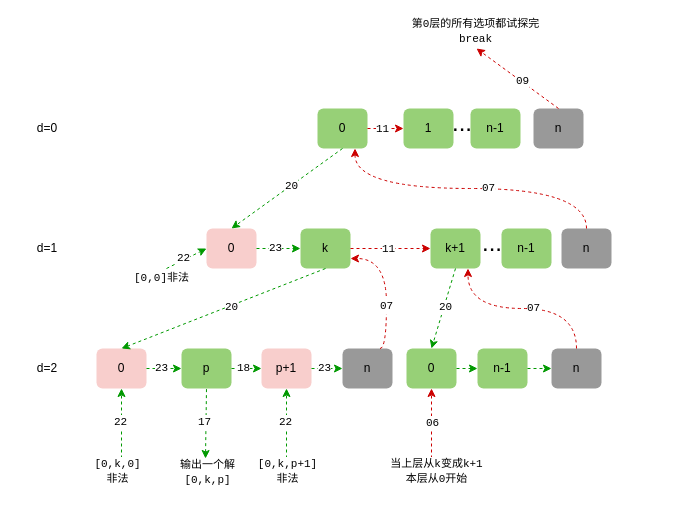
Earlier version of the draw.io diagram algorithm.drawio (yuanguohuo/diagrams). Source tidied: cells renumbered, new cells numbered last; positions are measured from the earlier drawing's top-left corner, leaving out a move shared by most shapes. Both pictures are drawn from the tidied source at 100%, with x=0, y=0 at pixel (17, 30).
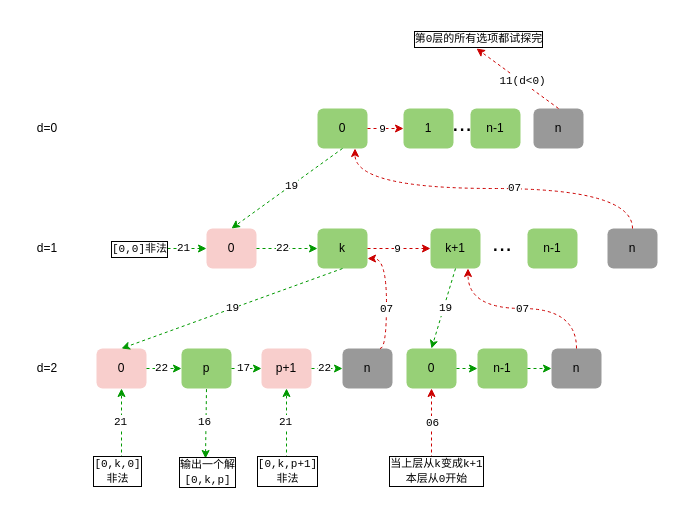
The same diagram, later.

The change refers to these unchanged cells:
```xml
<mxCell id="12" value="0" style="rounded=1;whiteSpace=wrap;html=1;fillColor=#f8cecc;strokeColor=none;" parent="1" vertex="1">
  <mxGeometry x="189" y="198" width="50" height="40" as="geometry" />
</mxCell>
<mxCell id="19" style="endArrow=classic;dashed=1;html=1;rounded=0;exitX=0.75;exitY=0;exitDx=0;exitDy=0;endFill=1;entryX=1;entryY=0.75;entryDx=0;entryDy=0;strokeColor=#CC0000;edgeStyle=orthogonalEdgeStyle;curved=1;" parent="1" edge="1" source="14" target="11">
  <mxGeometry relative="1" as="geometry">
    <Array as="points">
      <mxPoint x="369" y="318" />
      <mxPoint x="369" y="228" />
    </Array>
  </mxGeometry>
</mxCell>
<mxCell id="21" style="endArrow=classic;dashed=1;html=1;rounded=0;exitX=1;exitY=0.5;exitDx=0;exitDy=0;endFill=1;entryX=0;entryY=0.5;entryDx=0;entryDy=0;strokeColor=#CC0000;" parent="1" edge="1" source="11" target="10">
  <mxGeometry relative="1" as="geometry" />
</mxCell>
<mxCell id="23" style="endArrow=classic;dashed=1;html=1;rounded=0;entryX=0.5;entryY=1;entryDx=0;entryDy=0;endFill=1;strokeColor=#CC0000;" parent="1" edge="1" target="18">
  <mxGeometry relative="1" as="geometry">
    <mxPoint x="414" y="428" as="sourcePoint" />
  </mxGeometry>
</mxCell>
<mxCell id="26" style="endArrow=classic;dashed=1;html=1;rounded=0;exitX=0.5;exitY=0;exitDx=0;exitDy=0;endFill=1;strokeColor=#CC0000;" parent="1" edge="1" source="5">
  <mxGeometry relative="1" as="geometry">
    <mxPoint x="459" y="18" as="targetPoint" />
  </mxGeometry>
</mxCell>
<mxCell id="30" style="endArrow=none;dashed=1;html=1;rounded=0;entryX=0.5;entryY=1;entryDx=0;entryDy=0;endFill=1;strokeColor=#009900;startArrow=classic;startFill=1;" parent="1" edge="1" target="29">
  <mxGeometry relative="1" as="geometry">
    <mxPoint x="188" y="428" as="sourcePoint" />
  </mxGeometry>
</mxCell>
<mxCell id="33" style="endArrow=classic;dashed=1;html=1;rounded=0;exitX=1;exitY=0.5;exitDx=0;exitDy=0;endFill=1;entryX=0;entryY=0.5;entryDx=0;entryDy=0;strokeColor=#009900;" parent="1" edge="1" source="29" target="13">
  <mxGeometry relative="1" as="geometry" />
</mxCell>
<mxCell id="35" style="endArrow=classic;dashed=1;html=1;rounded=0;exitX=1;exitY=0.5;exitDx=0;exitDy=0;endFill=1;strokeColor=#009900;" parent="1" edge="1" source="15" target="29">
  <mxGeometry relative="1" as="geometry" />
</mxCell>
<mxCell id="37" style="endArrow=classic;dashed=1;html=1;rounded=0;entryX=0.5;entryY=1;entryDx=0;entryDy=0;endFill=1;strokeColor=#009900;startArrow=none;startFill=0;" parent="1" edge="1" target="15">
  <mxGeometry relative="1" as="geometry">
    <mxPoint x="104" y="428" as="sourcePoint" />
  </mxGeometry>
</mxCell>
<mxCell id="43" style="endArrow=classic;dashed=1;html=1;rounded=0;exitX=1;exitY=0.5;exitDx=0;exitDy=0;endFill=1;strokeColor=#009900;entryX=0;entryY=0.5;entryDx=0;entryDy=0;" parent="1" edge="1" source="12" target="11">
  <mxGeometry relative="1" as="geometry" />
</mxCell>
<mxCell id="45" style="endArrow=classic;dashed=1;html=1;rounded=0;exitX=0.5;exitY=1;exitDx=0;exitDy=0;endFill=1;entryX=0.5;entryY=0;entryDx=0;entryDy=0;strokeColor=#009900;" parent="1" edge="1" source="2" target="12">
  <mxGeometry relative="1" as="geometry" />
</mxCell>
<mxCell id="47" style="endArrow=classic;dashed=1;html=1;rounded=0;exitX=0.5;exitY=1;exitDx=0;exitDy=0;endFill=1;entryX=0.5;entryY=0;entryDx=0;entryDy=0;strokeColor=#009900;" parent="1" edge="1" source="11" target="15">
  <mxGeometry relative="1" as="geometry" />
</mxCell>
<mxCell id="49" style="endArrow=classic;dashed=1;html=1;rounded=0;exitX=1;exitY=0.5;exitDx=0;exitDy=0;endFill=1;entryX=0;entryY=0.5;entryDx=0;entryDy=0;strokeColor=#009900;" parent="1" edge="1" source="13" target="14">
  <mxGeometry relative="1" as="geometry" />
</mxCell>
<mxCell id="51" style="endArrow=classic;dashed=1;html=1;rounded=0;entryX=0.5;entryY=1;entryDx=0;entryDy=0;endFill=1;strokeColor=#009900;startArrow=none;startFill=0;" parent="1" edge="1" target="13">
  <mxGeometry relative="1" as="geometry">
    <mxPoint x="269" y="428" as="sourcePoint" />
  </mxGeometry>
</mxCell>
<mxCell id="54" style="endArrow=classic;dashed=1;html=1;rounded=0;exitX=0.5;exitY=1;exitDx=0;exitDy=0;endFill=1;entryX=0.5;entryY=0;entryDx=0;entryDy=0;strokeColor=#009900;" parent="1" edge="1" source="10" target="18">
  <mxGeometry relative="1" as="geometry" />
</mxCell>
<mxCell id="58" style="endArrow=classic;dashed=1;html=1;rounded=0;exitX=0.5;exitY=0;exitDx=0;exitDy=0;endFill=1;entryX=0.75;entryY=1;entryDx=0;entryDy=0;strokeColor=#CC0000;edgeStyle=orthogonalEdgeStyle;curved=1;" parent="1" edge="1" source="17" target="10">
  <mxGeometry relative="1" as="geometry" />
</mxCell>
<mxCell id="60" style="endArrow=classic;dashed=1;html=1;rounded=0;exitX=1;exitY=0.5;exitDx=0;exitDy=0;endFill=1;entryX=0;entryY=0.5;entryDx=0;entryDy=0;strokeColor=#CC0000;" parent="1" edge="1" source="2" target="3">
  <mxGeometry relative="1" as="geometry" />
</mxCell>
```

What changed in the source:
```diff
@@
     <mxCell id="7" value="n-1" style="rounded=1;whiteSpace=wrap;html=1;fillColor=#97D077;strokeColor=none;" parent="1" vertex="1">
-      <mxGeometry x="484" y="198" width="50" height="40" as="geometry" />
+      <mxGeometry x="510" y="198" width="50" height="40" as="geometry" />
     </mxCell>
     <mxCell id="8" value="n" style="rounded=1;whiteSpace=wrap;html=1;fillColor=#999999;strokeColor=none;" parent="1" vertex="1">
-      <mxGeometry x="544" y="198" width="50" height="40" as="geometry" />
+      <mxGeometry x="590" y="198" width="50" height="40" as="geometry" />
     </mxCell>
     <mxCell id="9" value="&lt;font style=&quot;font-size: 24px;&quot;&gt;...&lt;/font&gt;" style="text;html=1;align=center;verticalAlign=middle;whiteSpace=wrap;rounded=0;" parent="1" vertex="1">
-      <mxGeometry x="455" y="198" width="40" height="30" as="geometry" />
+      <mxGeometry x="465" y="198" width="40" height="30" as="geometry" />
     </mxCell>
@@
     <mxCell id="11" value="k" style="rounded=1;whiteSpace=wrap;html=1;fillColor=#97D077;strokeColor=none;" parent="1" vertex="1">
-      <mxGeometry x="283" y="198" width="50" height="40" as="geometry" />
+      <mxGeometry x="300" y="198" width="50" height="40" as="geometry" />
     </mxCell>
@@
     <mxCell id="20" value="&lt;font face=&quot;Courier New&quot;&gt;07&lt;/font&gt;" style="edgeLabel;html=1;align=center;verticalAlign=middle;" parent="19" vertex="1">
       <mxGeometry x="-0.11" y="1" relative="1" as="geometry">
-        <mxPoint y="10" as="offset" />
+        <mxPoint y="5" as="offset" />
       </mxGeometry>
     </mxCell>
@@
-    <mxCell id="22" value="&lt;font face=&quot;Courier New&quot;&gt;11&lt;/font&gt;" style="edgeLabel;html=1;align=center;verticalAlign=middle;" parent="21" vertex="1">
+    <mxCell id="22" value="&lt;font face=&quot;Courier New&quot;&gt;9&lt;/font&gt;" style="edgeLabel;html=1;align=center;verticalAlign=middle;" parent="21" vertex="1">
       <mxGeometry x="-0.11" y="1" relative="1" as="geometry">
         <mxPoint x="1" y="1" as="offset" />
       </mxGeometry>
     </mxCell>
@@
-    <mxCell id="24" value="&lt;font face=&quot;Courier New&quot;&gt;当上层从k变成k+1&lt;/font&gt;&lt;div&gt;&lt;font face=&quot;Courier New&quot;&gt;本层从0开始&lt;/font&gt;&lt;/div&gt;" style="edgeLabel;html=1;align=center;verticalAlign=middle;labelBackgroundColor=default;" parent="23" vertex="1">
+    <mxCell id="24" value="&lt;font face=&quot;Courier New&quot;&gt;当上层从k变成k+1&lt;/font&gt;&lt;div&gt;&lt;font face=&quot;Courier New&quot;&gt;本层从0开始&lt;/font&gt;&lt;/div&gt;" style="edgeLabel;html=1;align=center;verticalAlign=middle;labelBackgroundColor=default;labelBorderColor=default;" parent="23" vertex="1">
       <mxGeometry x="-0.35" y="-1" relative="1" as="geometry">
         <mxPoint x="3" y="35" as="offset" />
       </mxGeometry>
     </mxCell>
@@
-    <mxCell id="27" value="&lt;font face=&quot;Courier New&quot;&gt;09&lt;/font&gt;" style="edgeLabel;html=1;align=center;verticalAlign=middle;" parent="26" vertex="1">
+    <mxCell id="27" value="&lt;font face=&quot;Courier New&quot;&gt;11(d&amp;lt;0)&lt;/font&gt;" style="edgeLabel;html=1;align=center;verticalAlign=middle;" parent="26" vertex="1">
       <mxGeometry x="-0.02" y="-1" relative="1" as="geometry">
         <mxPoint x="3" y="3" as="offset" />
       </mxGeometry>
     </mxCell>
-    <mxCell id="28" value="&lt;font face=&quot;Courier New&quot;&gt;第0层的所有选项都试探完&lt;/font&gt;&lt;div&gt;&lt;font face=&quot;Courier New&quot;&gt;break&lt;/font&gt;&lt;/div&gt;" style="edgeLabel;html=1;align=center;verticalAlign=middle;labelBackgroundColor=default;" parent="1" vertex="1">
-      <mxGeometry x="457" as="geometry" />
+    <mxCell id="28" value="&lt;font face=&quot;Courier New&quot;&gt;第0层的所有选项都试探完&lt;/font&gt;" style="edgeLabel;html=1;align=center;verticalAlign=middle;labelBackgroundColor=default;labelBorderColor=default;" parent="1" vertex="1">
+      <mxGeometry x="460" y="8" as="geometry" />
     </mxCell>
@@
-    <mxCell id="31" value="&lt;font face=&quot;Courier New&quot;&gt;输出一个解&lt;/font&gt;&lt;div&gt;&lt;font face=&quot;Courier New&quot;&gt;[0,k,p]&lt;/font&gt;&lt;/div&gt;" style="edgeLabel;html=1;align=center;verticalAlign=middle;labelBackgroundColor=default;" parent="30" vertex="1">
+    <mxCell id="31" value="&lt;font face=&quot;Courier New&quot;&gt;输出一个解&lt;/font&gt;&lt;div&gt;&lt;font face=&quot;Courier New&quot;&gt;[0,k,p]&lt;/font&gt;&lt;/div&gt;" style="edgeLabel;html=1;align=center;verticalAlign=middle;labelBackgroundColor=default;labelBorderColor=default;" parent="30" vertex="1">
       <mxGeometry x="-0.35" y="-1" relative="1" as="geometry">
         <mxPoint y="36" as="offset" />
       </mxGeometry>
     </mxCell>
-    <mxCell id="32" value="&lt;font face=&quot;Courier New&quot;&gt;17&lt;/font&gt;" style="edgeLabel;html=1;align=center;verticalAlign=middle;" parent="30" vertex="1">
+    <mxCell id="32" value="&lt;font face=&quot;Courier New&quot;&gt;16&lt;/font&gt;" style="edgeLabel;html=1;align=center;verticalAlign=middle;" parent="30" vertex="1">
       <mxGeometry x="-0.08" y="-2" relative="1" as="geometry">
         <mxPoint x="-4" y="-5" as="offset" />
       </mxGeometry>
     </mxCell>
@@
-    <mxCell id="34" value="&lt;font face=&quot;Courier New&quot;&gt;18&lt;/font&gt;" style="edgeLabel;html=1;align=center;verticalAlign=middle;" parent="33" vertex="1">
+    <mxCell id="34" value="&lt;font face=&quot;Courier New&quot;&gt;17&lt;/font&gt;" style="edgeLabel;html=1;align=center;verticalAlign=middle;" parent="33" vertex="1">
       <mxGeometry x="-0.11" y="1" relative="1" as="geometry">
         <mxPoint x="-2" as="offset" />
       </mxGeometry>
     </mxCell>
@@
-    <mxCell id="36" value="&lt;font face=&quot;Courier New&quot;&gt;23&lt;/font&gt;" style="edgeLabel;html=1;align=center;verticalAlign=middle;" parent="35" vertex="1">
+    <mxCell id="36" value="&lt;font face=&quot;Courier New&quot;&gt;22&lt;/font&gt;" style="edgeLabel;html=1;align=center;verticalAlign=middle;" parent="35" vertex="1">
       <mxGeometry x="-0.11" y="1" relative="1" as="geometry">
         <mxPoint x="-2" as="offset" />
       </mxGeometry>
     </mxCell>
@@
-    <mxCell id="38" value="&lt;font face=&quot;Courier New&quot;&gt;[0,k,0]&lt;/font&gt;&lt;div&gt;&lt;font face=&quot;Courier New&quot;&gt;非法&lt;/font&gt;&lt;/div&gt;" style="edgeLabel;html=1;align=center;verticalAlign=middle;labelBackgroundColor=default;" parent="37" vertex="1">
+    <mxCell id="38" value="&lt;font face=&quot;Courier New&quot;&gt;[0,k,0]&lt;/font&gt;&lt;div&gt;&lt;font face=&quot;Courier New&quot;&gt;非法&lt;/font&gt;&lt;/div&gt;" style="edgeLabel;html=1;align=center;verticalAlign=middle;labelBackgroundColor=default;labelBorderColor=default;" parent="37" vertex="1">
       <mxGeometry x="-0.35" y="-1" relative="1" as="geometry">
         <mxPoint x="-6" y="35" as="offset" />
       </mxGeometry>
     </mxCell>
-    <mxCell id="39" value="&lt;font face=&quot;Courier New&quot;&gt;22&lt;/font&gt;" style="edgeLabel;html=1;align=center;verticalAlign=middle;" parent="37" vertex="1">
+    <mxCell id="39" value="&lt;font face=&quot;Courier New&quot;&gt;21&lt;/font&gt;" style="edgeLabel;html=1;align=center;verticalAlign=middle;" parent="37" vertex="1">
       <mxGeometry x="-0.08" y="-2" relative="1" as="geometry">
         <mxPoint x="-4" y="-5" as="offset" />
       </mxGeometry>
     </mxCell>
     <mxCell id="40" style="endArrow=classic;dashed=1;html=1;rounded=0;entryX=0;entryY=0.5;entryDx=0;entryDy=0;endFill=1;strokeColor=#009900;startArrow=none;startFill=0;" parent="1" edge="1" target="12">
       <mxGeometry relative="1" as="geometry">
-        <mxPoint x="149" y="238" as="sourcePoint" />
+        <mxPoint x="150" y="218" as="sourcePoint" />
       </mxGeometry>
     </mxCell>
-    <mxCell id="41" value="&lt;font face=&quot;Courier New&quot;&gt;[0,0]非法&lt;/font&gt;" style="edgeLabel;html=1;align=center;verticalAlign=middle;labelBackgroundColor=default;" parent="40" vertex="1">
+    <mxCell id="41" value="&lt;font face=&quot;Courier New&quot;&gt;[0,0]非法&lt;/font&gt;" style="edgeLabel;html=1;align=center;verticalAlign=middle;labelBackgroundColor=none;labelBorderColor=default;" parent="40" vertex="1">
       <mxGeometry x="-0.35" y="-1" relative="1" as="geometry">
-        <mxPoint x="-19" y="15" as="offset" />
+        <mxPoint x="-42" y="-1" as="offset" />
       </mxGeometry>
     </mxCell>
-    <mxCell id="42" value="&lt;font face=&quot;Courier New&quot;&gt;22&lt;/font&gt;" style="edgeLabel;html=1;align=center;verticalAlign=middle;" parent="40" vertex="1">
+    <mxCell id="42" value="&lt;font face=&quot;Courier New&quot;&gt;21&lt;/font&gt;" style="edgeLabel;html=1;align=center;verticalAlign=middle;" parent="40" vertex="1">
       <mxGeometry x="-0.08" y="-2" relative="1" as="geometry">
         <mxPoint x="-3" y="-3" as="offset" />
       </mxGeometry>
     </mxCell>
@@
-    <mxCell id="44" value="&lt;font face=&quot;Courier New&quot;&gt;23&lt;/font&gt;" style="edgeLabel;html=1;align=center;verticalAlign=middle;" parent="43" vertex="1">
+    <mxCell id="44" value="&lt;font face=&quot;Courier New&quot;&gt;22&lt;/font&gt;" style="edgeLabel;html=1;align=center;verticalAlign=middle;" parent="43" vertex="1">
       <mxGeometry x="-0.11" y="1" relative="1" as="geometry">
         <mxPoint x="-2" as="offset" />
       </mxGeometry>
     </mxCell>
@@
-    <mxCell id="46" value="&lt;font face=&quot;Courier New&quot;&gt;20&lt;/font&gt;" style="edgeLabel;html=1;align=center;verticalAlign=middle;" parent="45" vertex="1">
+    <mxCell id="46" value="&lt;font face=&quot;Courier New&quot;&gt;19&lt;/font&gt;" style="edgeLabel;html=1;align=center;verticalAlign=middle;" parent="45" vertex="1">
       <mxGeometry x="-0.11" y="1" relative="1" as="geometry">
         <mxPoint x="-3" y="1" as="offset" />
       </mxGeometry>
     </mxCell>
@@
-    <mxCell id="48" value="&lt;font face=&quot;Courier New&quot;&gt;20&lt;/font&gt;" style="edgeLabel;html=1;align=center;verticalAlign=middle;" parent="47" vertex="1">
+    <mxCell id="48" value="&lt;font face=&quot;Courier New&quot;&gt;19&lt;/font&gt;" style="edgeLabel;html=1;align=center;verticalAlign=middle;" parent="47" vertex="1">
       <mxGeometry x="-0.11" y="1" relative="1" as="geometry">
-        <mxPoint x="-4" y="2" as="offset" />
+        <mxPoint x="-12" y="3" as="offset" />
       </mxGeometry>
     </mxCell>
@@
-    <mxCell id="50" value="&lt;font face=&quot;Courier New&quot;&gt;23&lt;/font&gt;" style="edgeLabel;html=1;align=center;verticalAlign=middle;" parent="49" vertex="1">
+    <mxCell id="50" value="&lt;font face=&quot;Courier New&quot;&gt;22&lt;/font&gt;" style="edgeLabel;html=1;align=center;verticalAlign=middle;" parent="49" vertex="1">
       <mxGeometry x="-0.11" y="1" relative="1" as="geometry">
         <mxPoint x="-2" as="offset" />
       </mxGeometry>
     </mxCell>
@@
-    <mxCell id="52" value="&lt;font face=&quot;Courier New&quot;&gt;[0,k,p+1]&lt;/font&gt;&lt;div&gt;&lt;font face=&quot;Courier New&quot;&gt;非法&lt;/font&gt;&lt;/div&gt;" style="edgeLabel;html=1;align=center;verticalAlign=middle;labelBackgroundColor=default;" parent="51" vertex="1">
+    <mxCell id="52" value="&lt;font face=&quot;Courier New&quot;&gt;[0,k,p+1]&lt;/font&gt;&lt;div&gt;&lt;font face=&quot;Courier New&quot;&gt;非法&lt;/font&gt;&lt;/div&gt;" style="edgeLabel;html=1;align=center;verticalAlign=middle;labelBackgroundColor=default;labelBorderColor=default;" parent="51" vertex="1">
       <mxGeometry x="-0.35" y="-1" relative="1" as="geometry">
         <mxPoint x="-1" y="35" as="offset" />
       </mxGeometry>
     </mxCell>
-    <mxCell id="53" value="&lt;font face=&quot;Courier New&quot;&gt;22&lt;/font&gt;" style="edgeLabel;html=1;align=center;verticalAlign=middle;" parent="51" vertex="1">
+    <mxCell id="53" value="&lt;font face=&quot;Courier New&quot;&gt;21&lt;/font&gt;" style="edgeLabel;html=1;align=center;verticalAlign=middle;" parent="51" vertex="1">
       <mxGeometry x="-0.08" y="-2" relative="1" as="geometry">
         <mxPoint x="-4" y="-5" as="offset" />
       </mxGeometry>
     </mxCell>
@@
-    <mxCell id="55" value="&lt;font face=&quot;Courier New&quot;&gt;20&lt;/font&gt;" style="edgeLabel;html=1;align=center;verticalAlign=middle;" parent="54" vertex="1">
+    <mxCell id="55" value="&lt;font face=&quot;Courier New&quot;&gt;19&lt;/font&gt;" style="edgeLabel;html=1;align=center;verticalAlign=middle;" parent="54" vertex="1">
       <mxGeometry x="-0.11" y="1" relative="1" as="geometry">
-        <mxPoint x="-1" y="3" as="offset" />
+        <mxPoint x="-1" y="4" as="offset" />
       </mxGeometry>
     </mxCell>
@@
     <mxCell id="59" value="&lt;font face=&quot;Courier New&quot;&gt;07&lt;/font&gt;" style="edgeLabel;html=1;align=center;verticalAlign=middle;" parent="58" vertex="1">
       <mxGeometry x="-0.11" y="1" relative="1" as="geometry">
-        <mxPoint y="-2" as="offset" />
+        <mxPoint x="-11" y="-1" as="offset" />
       </mxGeometry>
     </mxCell>
@@
-    <mxCell id="61" value="&lt;font face=&quot;Courier New&quot;&gt;11&lt;/font&gt;" style="edgeLabel;html=1;align=center;verticalAlign=middle;" parent="60" vertex="1">
+    <mxCell id="61" value="&lt;font face=&quot;Courier New&quot;&gt;9&lt;/font&gt;" style="edgeLabel;html=1;align=center;verticalAlign=middle;" parent="60" vertex="1">
       <mxGeometry x="-0.11" y="1" relative="1" as="geometry">
         <mxPoint x="-2" y="1" as="offset" />
       </mxGeometry>
     </mxCell>
```
